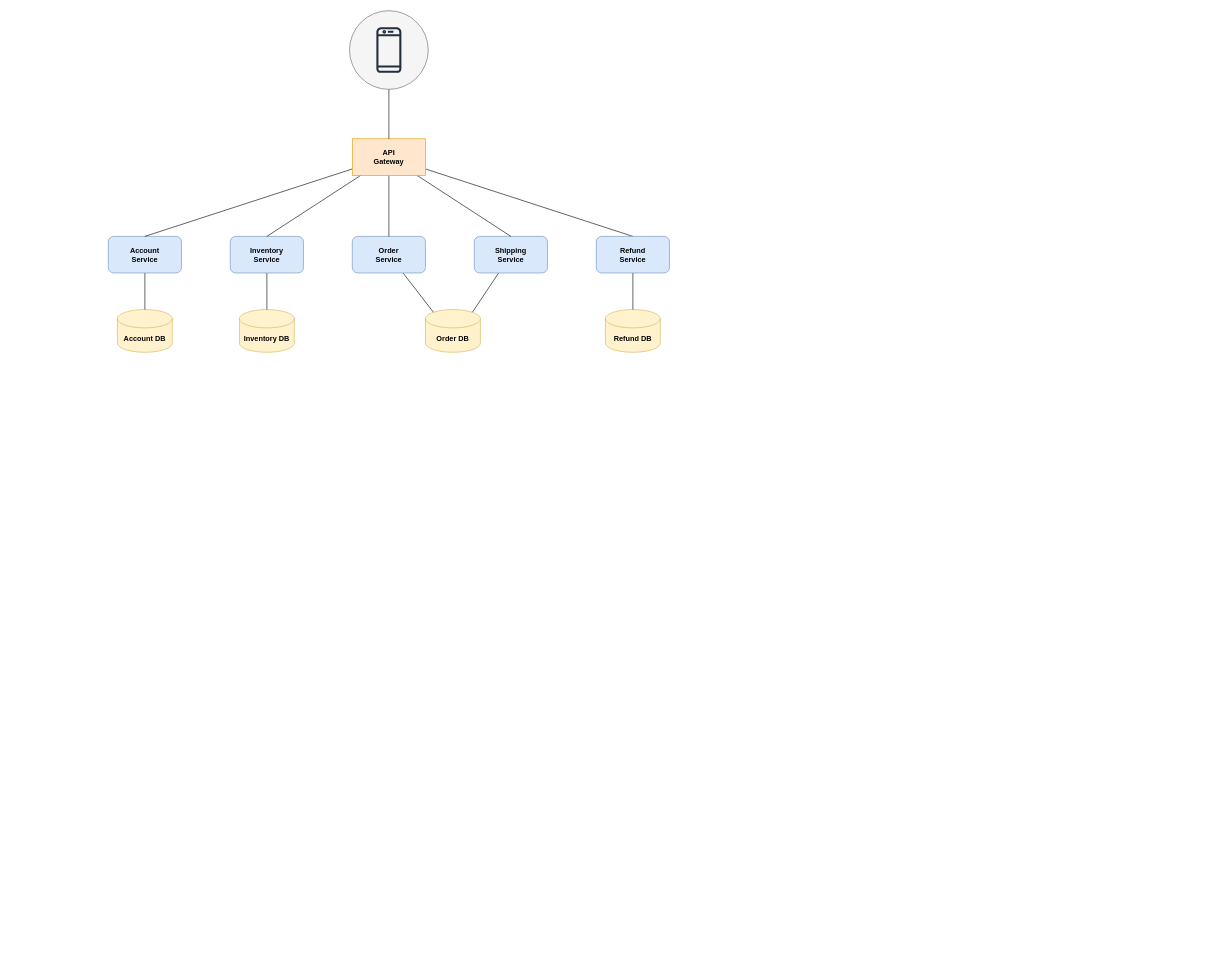
dim-sen/Database-Schema keeps this draw.io diagram as MicroDiagram.drawio. Above is the earlier version. Source tidied: cells renumbered, new cells numbered last; positions are measured from the earlier drawing's top-left corner, leaving out a move shared by most shapes. Both pictures are drawn from the tidied source at 61%, with x=0, y=0 at pixel (108, 10).
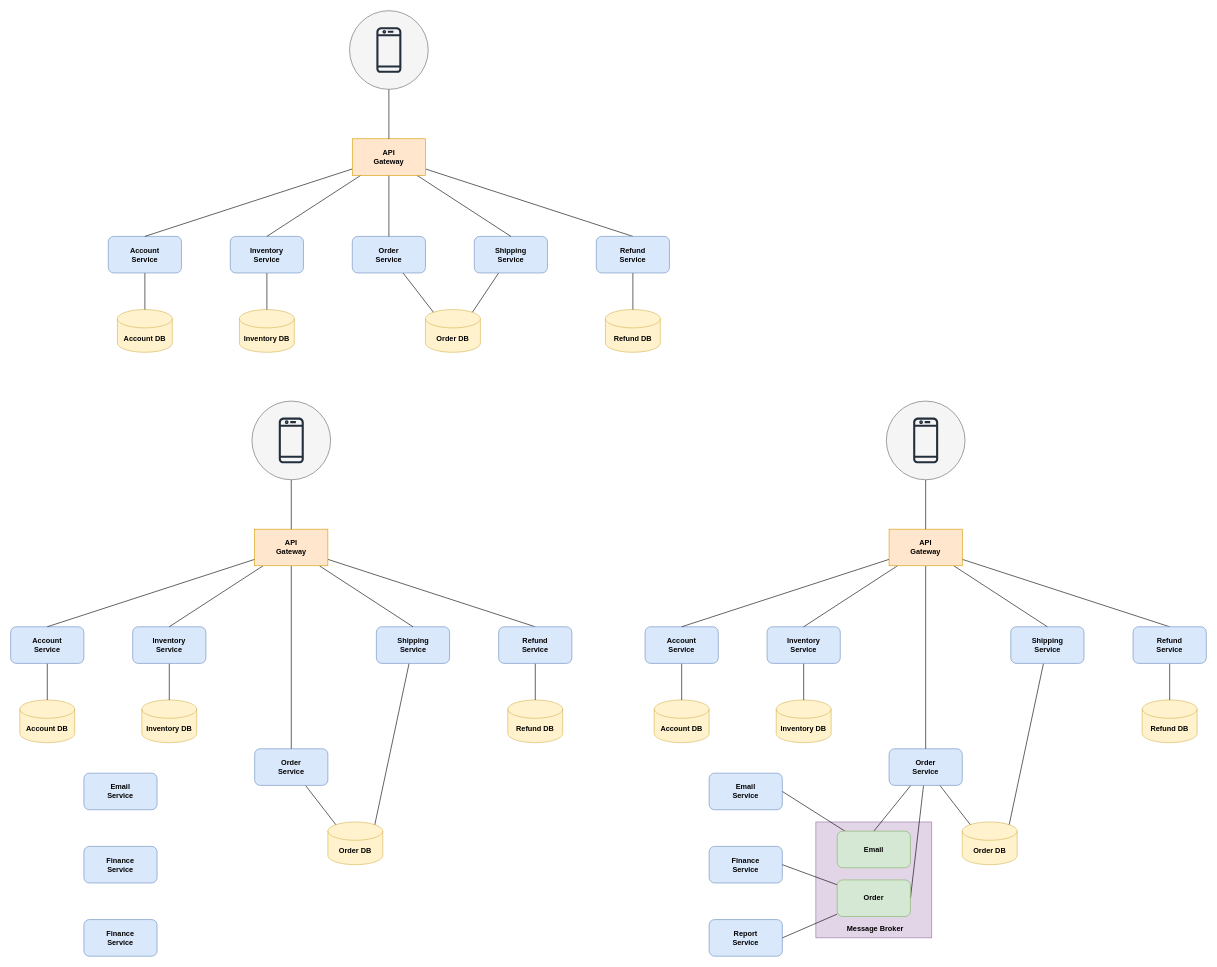
After the change.

Diff of the diagram source:
```diff
@@
+    <mxCell id="25" style="whiteSpace=wrap;html=1;rounded=0;fillColor=#e1d5e7;strokeColor=#9673a6;" parent="1" vertex="1">
+      <mxGeometry x="1160" y="1330" width="190" height="190" as="geometry" />
+    </mxCell>
@@
+    <mxCell id="26" value="&lt;b&gt;Account DB&lt;/b&gt;" style="shape=cylinder3;whiteSpace=wrap;html=1;boundedLbl=1;backgroundOutline=1;size=15;fillColor=#fff2cc;strokeColor=#d6b656;" parent="1" vertex="1">
+      <mxGeometry x="-145" y="1130" width="90" height="70" as="geometry" />
+    </mxCell>
+    <mxCell id="27" style="edgeStyle=none;rounded=0;jettySize=auto;html=1;endArrow=none;endFill=0;" parent="1" edge="1" source="28" target="26">
+      <mxGeometry relative="1" as="geometry" />
+    </mxCell>
+    <mxCell id="28" value="&lt;b&gt;Account&lt;br&gt;Service&lt;/b&gt;" style="rounded=1;whiteSpace=wrap;html=1;fillColor=#dae8fc;strokeColor=#6c8ebf;" parent="1" vertex="1">
+      <mxGeometry x="-160" y="1010" width="120" height="60" as="geometry" />
+    </mxCell>
+    <mxCell id="29" value="&lt;b&gt;Inventory&amp;nbsp;&lt;/b&gt;&lt;b&gt;DB&lt;/b&gt;" style="shape=cylinder3;whiteSpace=wrap;html=1;boundedLbl=1;backgroundOutline=1;size=15;fillColor=#fff2cc;strokeColor=#d6b656;" parent="1" vertex="1">
+      <mxGeometry x="55" y="1130" width="90" height="70" as="geometry" />
+    </mxCell>
+    <mxCell id="30" style="edgeStyle=none;rounded=0;jettySize=auto;html=1;endArrow=none;endFill=0;" parent="1" edge="1" source="31" target="29">
+      <mxGeometry relative="1" as="geometry" />
+    </mxCell>
+    <mxCell id="31" value="&lt;b&gt;Inventory&lt;br&gt;Service&lt;/b&gt;" style="rounded=1;whiteSpace=wrap;html=1;fillColor=#dae8fc;strokeColor=#6c8ebf;" parent="1" vertex="1">
+      <mxGeometry x="40" y="1010" width="120" height="60" as="geometry" />
+    </mxCell>
+    <mxCell id="32" value="&lt;b&gt;Order&lt;/b&gt;&lt;b&gt;&amp;nbsp;DB&lt;/b&gt;" style="shape=cylinder3;whiteSpace=wrap;html=1;boundedLbl=1;backgroundOutline=1;size=15;fillColor=#fff2cc;strokeColor=#d6b656;" parent="1" vertex="1">
+      <mxGeometry x="360" y="1330" width="90" height="70" as="geometry" />
+    </mxCell>
+    <mxCell id="33" style="edgeStyle=none;rounded=0;jettySize=auto;html=1;entryX=0.145;entryY=0;entryDx=0;entryDy=4.35;entryPerimeter=0;endArrow=none;endFill=0;" parent="1" edge="1" source="34" target="32">
+      <mxGeometry relative="1" as="geometry" />
+    </mxCell>
+    <mxCell id="34" value="&lt;b&gt;Order&lt;br&gt;Service&lt;/b&gt;" style="rounded=1;whiteSpace=wrap;html=1;fillColor=#dae8fc;strokeColor=#6c8ebf;" parent="1" vertex="1">
+      <mxGeometry x="240" y="1210" width="120" height="60" as="geometry" />
+    </mxCell>
+    <mxCell id="35" style="edgeStyle=none;rounded=0;jettySize=auto;html=1;entryX=0.855;entryY=0;entryDx=0;entryDy=4.35;entryPerimeter=0;endArrow=none;endFill=0;" parent="1" edge="1" source="36" target="32">
+      <mxGeometry relative="1" as="geometry" />
+    </mxCell>
+    <mxCell id="36" value="&lt;b&gt;Shipping&lt;br&gt;Service&lt;/b&gt;" style="rounded=1;whiteSpace=wrap;html=1;fillColor=#dae8fc;strokeColor=#6c8ebf;" parent="1" vertex="1">
+      <mxGeometry x="439.5" y="1010" width="120" height="60" as="geometry" />
+    </mxCell>
+    <mxCell id="37" style="edgeStyle=none;rounded=0;jettySize=auto;html=1;entryX=0.5;entryY=0;entryDx=0;entryDy=0;endArrow=none;endFill=0;" parent="1" edge="1" source="42" target="31">
+      <mxGeometry relative="1" as="geometry" />
+    </mxCell>
+    <mxCell id="38" style="edgeStyle=none;rounded=0;jettySize=auto;html=1;endArrow=none;endFill=0;" parent="1" edge="1" source="42" target="34">
+      <mxGeometry relative="1" as="geometry" />
+    </mxCell>
+    <mxCell id="39" style="edgeStyle=none;rounded=0;jettySize=auto;html=1;entryX=0.5;entryY=0;entryDx=0;entryDy=0;endArrow=none;endFill=0;" parent="1" edge="1" source="42" target="36">
+      <mxGeometry relative="1" as="geometry" />
+    </mxCell>
+    <mxCell id="40" style="edgeStyle=none;rounded=0;jettySize=auto;html=1;entryX=0.5;entryY=0;entryDx=0;entryDy=0;endArrow=none;endFill=0;" parent="1" edge="1" source="42" target="45">
+      <mxGeometry relative="1" as="geometry" />
+    </mxCell>
+    <mxCell id="41" style="edgeStyle=none;rounded=0;jettySize=auto;html=1;entryX=0.5;entryY=0;entryDx=0;entryDy=0;endArrow=none;endFill=0;" parent="1" edge="1" source="42" target="28">
+      <mxGeometry relative="1" as="geometry" />
+    </mxCell>
+    <mxCell id="42" value="&lt;b&gt;API&lt;br&gt;Gateway&lt;/b&gt;" style="rounded=0;whiteSpace=wrap;html=1;fillColor=#ffe6cc;strokeColor=#d79b00;" parent="1" vertex="1">
+      <mxGeometry x="240" y="850" width="120" height="60" as="geometry" />
+    </mxCell>
+    <mxCell id="43" value="&lt;b&gt;Refund&lt;/b&gt;&lt;b&gt;&amp;nbsp;DB&lt;/b&gt;" style="shape=cylinder3;whiteSpace=wrap;html=1;boundedLbl=1;backgroundOutline=1;size=15;fillColor=#fff2cc;strokeColor=#d6b656;" parent="1" vertex="1">
+      <mxGeometry x="655" y="1130" width="90" height="70" as="geometry" />
+    </mxCell>
+    <mxCell id="44" style="edgeStyle=none;rounded=0;jettySize=auto;html=1;entryX=0.5;entryY=0;entryDx=0;entryDy=0;entryPerimeter=0;endArrow=none;endFill=0;" parent="1" edge="1" source="45" target="43">
+      <mxGeometry relative="1" as="geometry" />
+    </mxCell>
+    <mxCell id="45" value="&lt;b&gt;Refund&lt;br&gt;Service&lt;/b&gt;" style="rounded=1;whiteSpace=wrap;html=1;fillColor=#dae8fc;strokeColor=#6c8ebf;" parent="1" vertex="1">
+      <mxGeometry x="640" y="1010" width="120" height="60" as="geometry" />
+    </mxCell>
+    <mxCell id="46" style="edgeStyle=none;rounded=0;jettySize=auto;html=1;endArrow=none;endFill=0;" parent="1" edge="1" source="47" target="42">
+      <mxGeometry relative="1" as="geometry" />
+    </mxCell>
+    <mxCell id="47" style="ellipse;whiteSpace=wrap;html=1;fillColor=#f5f5f5;fontColor=#333333;strokeColor=#666666;" parent="1" vertex="1">
+      <mxGeometry x="235.5" y="640" width="129" height="129" as="geometry" />
+    </mxCell>
+    <mxCell id="48" style="sketch=0;fontColor=#232F3E;gradientColor=none;fillColor=#232F3D;strokeColor=none;dashed=0;verticalLabelPosition=bottom;verticalAlign=top;align=center;html=1;fontSize=12;fontStyle=0;shape=mxgraph.aws4.mobile_client;" parent="1" vertex="1">
+      <mxGeometry x="279.5" y="665.5" width="41" height="78" as="geometry" />
+    </mxCell>
+    <mxCell id="49" value="&lt;b&gt;Email&lt;br&gt;Service&lt;/b&gt;" style="rounded=1;whiteSpace=wrap;html=1;fillColor=#dae8fc;strokeColor=#6c8ebf;" parent="1" vertex="1">
+      <mxGeometry x="-40" y="1250" width="120" height="60" as="geometry" />
+    </mxCell>
+    <mxCell id="50" value="&lt;b&gt;Finance&lt;br&gt;Service&lt;/b&gt;" style="rounded=1;whiteSpace=wrap;html=1;fillColor=#dae8fc;strokeColor=#6c8ebf;" parent="1" vertex="1">
+      <mxGeometry x="-40" y="1370" width="120" height="60" as="geometry" />
+    </mxCell>
+    <mxCell id="51" value="&lt;b&gt;Finance&lt;br&gt;Service&lt;/b&gt;" style="rounded=1;whiteSpace=wrap;html=1;fillColor=#dae8fc;strokeColor=#6c8ebf;" parent="1" vertex="1">
+      <mxGeometry x="-40" y="1490" width="120" height="60" as="geometry" />
+    </mxCell>
+    <mxCell id="52" value="&lt;b&gt;Account DB&lt;/b&gt;" style="shape=cylinder3;whiteSpace=wrap;html=1;boundedLbl=1;backgroundOutline=1;size=15;fillColor=#fff2cc;strokeColor=#d6b656;" parent="1" vertex="1">
+      <mxGeometry x="895" y="1130" width="90" height="70" as="geometry" />
+    </mxCell>
+    <mxCell id="53" style="edgeStyle=none;rounded=0;jettySize=auto;html=1;endArrow=none;endFill=0;" parent="1" edge="1" source="54" target="52">
+      <mxGeometry relative="1" as="geometry" />
+    </mxCell>
+    <mxCell id="54" value="&lt;b&gt;Account&lt;br&gt;Service&lt;/b&gt;" style="rounded=1;whiteSpace=wrap;html=1;fillColor=#dae8fc;strokeColor=#6c8ebf;" parent="1" vertex="1">
+      <mxGeometry x="880" y="1010" width="120" height="60" as="geometry" />
+    </mxCell>
+    <mxCell id="55" value="&lt;b&gt;Inventory&amp;nbsp;&lt;/b&gt;&lt;b&gt;DB&lt;/b&gt;" style="shape=cylinder3;whiteSpace=wrap;html=1;boundedLbl=1;backgroundOutline=1;size=15;fillColor=#fff2cc;strokeColor=#d6b656;" parent="1" vertex="1">
+      <mxGeometry x="1095" y="1130" width="90" height="70" as="geometry" />
+    </mxCell>
+    <mxCell id="56" style="edgeStyle=none;rounded=0;jettySize=auto;html=1;endArrow=none;endFill=0;" parent="1" edge="1" source="57" target="55">
+      <mxGeometry relative="1" as="geometry" />
+    </mxCell>
+    <mxCell id="57" value="&lt;b&gt;Inventory&lt;br&gt;Service&lt;/b&gt;" style="rounded=1;whiteSpace=wrap;html=1;fillColor=#dae8fc;strokeColor=#6c8ebf;" parent="1" vertex="1">
+      <mxGeometry x="1080" y="1010" width="120" height="60" as="geometry" />
+    </mxCell>
+    <mxCell id="58" value="&lt;b&gt;Order&lt;/b&gt;&lt;b&gt;&amp;nbsp;DB&lt;/b&gt;" style="shape=cylinder3;whiteSpace=wrap;html=1;boundedLbl=1;backgroundOutline=1;size=15;fillColor=#fff2cc;strokeColor=#d6b656;" parent="1" vertex="1">
+      <mxGeometry x="1400" y="1330" width="90" height="70" as="geometry" />
+    </mxCell>
+    <mxCell id="59" style="edgeStyle=none;rounded=0;jettySize=auto;html=1;entryX=0.145;entryY=0;entryDx=0;entryDy=4.35;entryPerimeter=0;endArrow=none;endFill=0;" parent="1" edge="1" source="62" target="58">
+      <mxGeometry relative="1" as="geometry" />
+    </mxCell>
+    <mxCell id="60" style="edgeStyle=none;rounded=0;jettySize=auto;html=1;entryX=1;entryY=0.5;entryDx=0;entryDy=0;endArrow=none;endFill=0;" parent="1" edge="1" source="62" target="84">
+      <mxGeometry relative="1" as="geometry" />
+    </mxCell>
+    <mxCell id="61" style="edgeStyle=none;rounded=0;jettySize=auto;html=1;entryX=0.5;entryY=0;entryDx=0;entryDy=0;endArrow=none;endFill=0;" parent="1" edge="1" source="62" target="81">
+      <mxGeometry relative="1" as="geometry" />
+    </mxCell>
+    <mxCell id="62" value="&lt;b&gt;Order&lt;br&gt;Service&lt;/b&gt;" style="rounded=1;whiteSpace=wrap;html=1;fillColor=#dae8fc;strokeColor=#6c8ebf;" parent="1" vertex="1">
+      <mxGeometry x="1280" y="1210" width="120" height="60" as="geometry" />
+    </mxCell>
+    <mxCell id="63" style="edgeStyle=none;rounded=0;jettySize=auto;html=1;entryX=0.855;entryY=0;entryDx=0;entryDy=4.35;entryPerimeter=0;endArrow=none;endFill=0;" parent="1" edge="1" source="64" target="58">
+      <mxGeometry relative="1" as="geometry" />
+    </mxCell>
+    <mxCell id="64" value="&lt;b&gt;Shipping&lt;br&gt;Service&lt;/b&gt;" style="rounded=1;whiteSpace=wrap;html=1;fillColor=#dae8fc;strokeColor=#6c8ebf;" parent="1" vertex="1">
+      <mxGeometry x="1479.5" y="1010" width="120" height="60" as="geometry" />
+    </mxCell>
+    <mxCell id="65" style="edgeStyle=none;rounded=0;jettySize=auto;html=1;entryX=0.5;entryY=0;entryDx=0;entryDy=0;endArrow=none;endFill=0;" parent="1" edge="1" source="70" target="57">
+      <mxGeometry relative="1" as="geometry" />
+    </mxCell>
+    <mxCell id="66" style="edgeStyle=none;rounded=0;jettySize=auto;html=1;endArrow=none;endFill=0;" parent="1" edge="1" source="70" target="62">
+      <mxGeometry relative="1" as="geometry" />
+    </mxCell>
+    <mxCell id="67" style="edgeStyle=none;rounded=0;jettySize=auto;html=1;entryX=0.5;entryY=0;entryDx=0;entryDy=0;endArrow=none;endFill=0;" parent="1" edge="1" source="70" target="64">
+      <mxGeometry relative="1" as="geometry" />
+    </mxCell>
+    <mxCell id="68" style="edgeStyle=none;rounded=0;jettySize=auto;html=1;entryX=0.5;entryY=0;entryDx=0;entryDy=0;endArrow=none;endFill=0;" parent="1" edge="1" source="70" target="73">
+      <mxGeometry relative="1" as="geometry" />
+    </mxCell>
+    <mxCell id="69" style="edgeStyle=none;rounded=0;jettySize=auto;html=1;entryX=0.5;entryY=0;entryDx=0;entryDy=0;endArrow=none;endFill=0;" parent="1" edge="1" source="70" target="54">
+      <mxGeometry relative="1" as="geometry" />
+    </mxCell>
+    <mxCell id="70" value="&lt;b&gt;API&lt;br&gt;Gateway&lt;/b&gt;" style="rounded=0;whiteSpace=wrap;html=1;fillColor=#ffe6cc;strokeColor=#d79b00;" parent="1" vertex="1">
+      <mxGeometry x="1280" y="850" width="120" height="60" as="geometry" />
+    </mxCell>
+    <mxCell id="71" value="&lt;b&gt;Refund&lt;/b&gt;&lt;b&gt;&amp;nbsp;DB&lt;/b&gt;" style="shape=cylinder3;whiteSpace=wrap;html=1;boundedLbl=1;backgroundOutline=1;size=15;fillColor=#fff2cc;strokeColor=#d6b656;" parent="1" vertex="1">
+      <mxGeometry x="1695" y="1130" width="90" height="70" as="geometry" />
+    </mxCell>
+    <mxCell id="72" style="edgeStyle=none;rounded=0;jettySize=auto;html=1;entryX=0.5;entryY=0;entryDx=0;entryDy=0;entryPerimeter=0;endArrow=none;endFill=0;" parent="1" edge="1" source="73" target="71">
+      <mxGeometry relative="1" as="geometry" />
+    </mxCell>
+    <mxCell id="73" value="&lt;b&gt;Refund&lt;br&gt;Service&lt;/b&gt;" style="rounded=1;whiteSpace=wrap;html=1;fillColor=#dae8fc;strokeColor=#6c8ebf;" parent="1" vertex="1">
+      <mxGeometry x="1680" y="1010" width="120" height="60" as="geometry" />
+    </mxCell>
+    <mxCell id="74" style="edgeStyle=none;rounded=0;jettySize=auto;html=1;endArrow=none;endFill=0;" parent="1" edge="1" source="75" target="70">
+      <mxGeometry relative="1" as="geometry" />
+    </mxCell>
+    <mxCell id="75" style="ellipse;whiteSpace=wrap;html=1;fillColor=#f5f5f5;fontColor=#333333;strokeColor=#666666;" parent="1" vertex="1">
+      <mxGeometry x="1275.5" y="640" width="129" height="129" as="geometry" />
+    </mxCell>
+    <mxCell id="76" style="sketch=0;fontColor=#232F3E;gradientColor=none;fillColor=#232F3D;strokeColor=none;dashed=0;verticalLabelPosition=bottom;verticalAlign=top;align=center;html=1;fontSize=12;fontStyle=0;shape=mxgraph.aws4.mobile_client;" parent="1" vertex="1">
+      <mxGeometry x="1319.5" y="665.5" width="41" height="78" as="geometry" />
+    </mxCell>
+    <mxCell id="77" value="&lt;b&gt;Email&lt;br&gt;Service&lt;/b&gt;" style="rounded=1;whiteSpace=wrap;html=1;fillColor=#dae8fc;strokeColor=#6c8ebf;" parent="1" vertex="1">
+      <mxGeometry x="985" y="1250" width="120" height="60" as="geometry" />
+    </mxCell>
+    <mxCell id="78" value="&lt;b&gt;Finance&lt;br&gt;Service&lt;/b&gt;" style="rounded=1;whiteSpace=wrap;html=1;fillColor=#dae8fc;strokeColor=#6c8ebf;" parent="1" vertex="1">
+      <mxGeometry x="985" y="1370" width="120" height="60" as="geometry" />
+    </mxCell>
+    <mxCell id="79" value="&lt;b&gt;Report&lt;br&gt;Service&lt;/b&gt;" style="rounded=1;whiteSpace=wrap;html=1;fillColor=#dae8fc;strokeColor=#6c8ebf;" parent="1" vertex="1">
+      <mxGeometry x="985" y="1490" width="120" height="60" as="geometry" />
+    </mxCell>
+    <mxCell id="80" style="edgeStyle=none;rounded=0;jettySize=auto;html=1;entryX=1;entryY=0.5;entryDx=0;entryDy=0;endArrow=none;endFill=0;" parent="1" edge="1" source="81" target="77">
+      <mxGeometry relative="1" as="geometry" />
+    </mxCell>
+    <mxCell id="81" value="&lt;b&gt;Email&lt;/b&gt;" style="rounded=1;whiteSpace=wrap;html=1;fillColor=#d5e8d4;strokeColor=#82b366;" parent="1" vertex="1">
+      <mxGeometry x="1195" y="1345" width="120" height="60" as="geometry" />
+    </mxCell>
+    <mxCell id="82" style="edgeStyle=none;rounded=0;jettySize=auto;html=1;entryX=1;entryY=0.5;entryDx=0;entryDy=0;endArrow=none;endFill=0;" parent="1" edge="1" source="84" target="78">
+      <mxGeometry relative="1" as="geometry" />
+    </mxCell>
+    <mxCell id="83" style="edgeStyle=none;rounded=0;jettySize=auto;html=1;entryX=1;entryY=0.5;entryDx=0;entryDy=0;endArrow=none;endFill=0;" parent="1" edge="1" source="84" target="79">
+      <mxGeometry relative="1" as="geometry" />
+    </mxCell>
+    <mxCell id="84" value="&lt;b&gt;Order&lt;/b&gt;" style="rounded=1;whiteSpace=wrap;html=1;fillColor=#d5e8d4;strokeColor=#82b366;" parent="1" vertex="1">
+      <mxGeometry x="1195" y="1425" width="120" height="60" as="geometry" />
+    </mxCell>
+    <mxCell id="85" value="&lt;b&gt;Message Broker&lt;/b&gt;" style="text;html=1;strokeColor=none;fillColor=none;align=center;verticalAlign=middle;whiteSpace=wrap;rounded=0;" parent="1" vertex="1">
+      <mxGeometry x="1210" y="1490" width="95" height="30" as="geometry" />
+    </mxCell>
```
